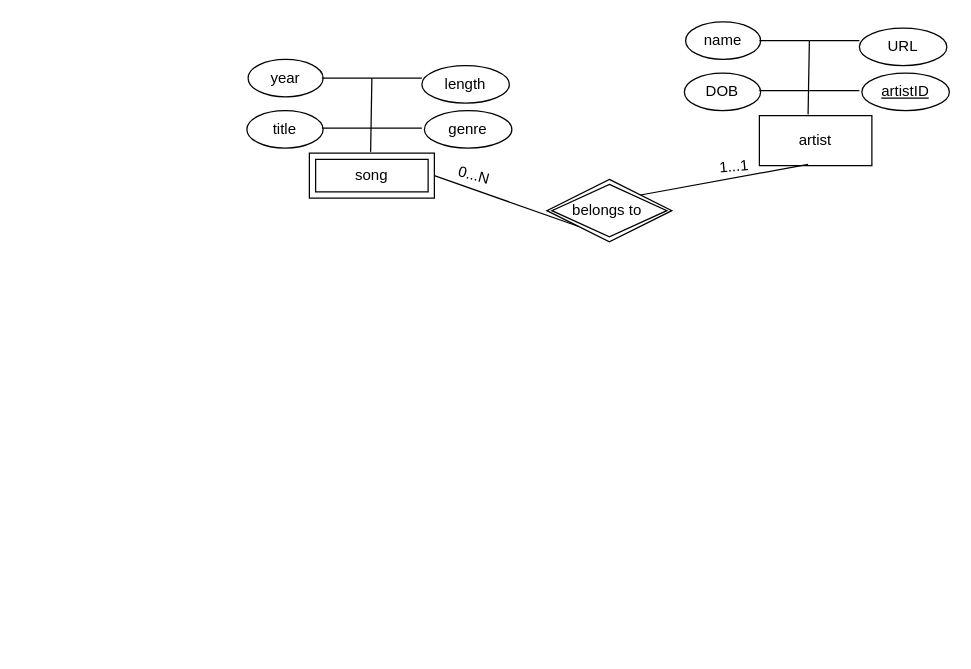
victoriapuck15/ERdiagrams- keeps this draw.io diagram as musicmatic.drawio. Above is the earlier version. Source tidied: cells renumbered, new cells numbered last; positions are measured from the earlier drawing's top-left corner, leaving out a move shared by most shapes. Both pictures are drawn from the tidied source at 125%, with x=0, y=0 at pixel (246, 21).
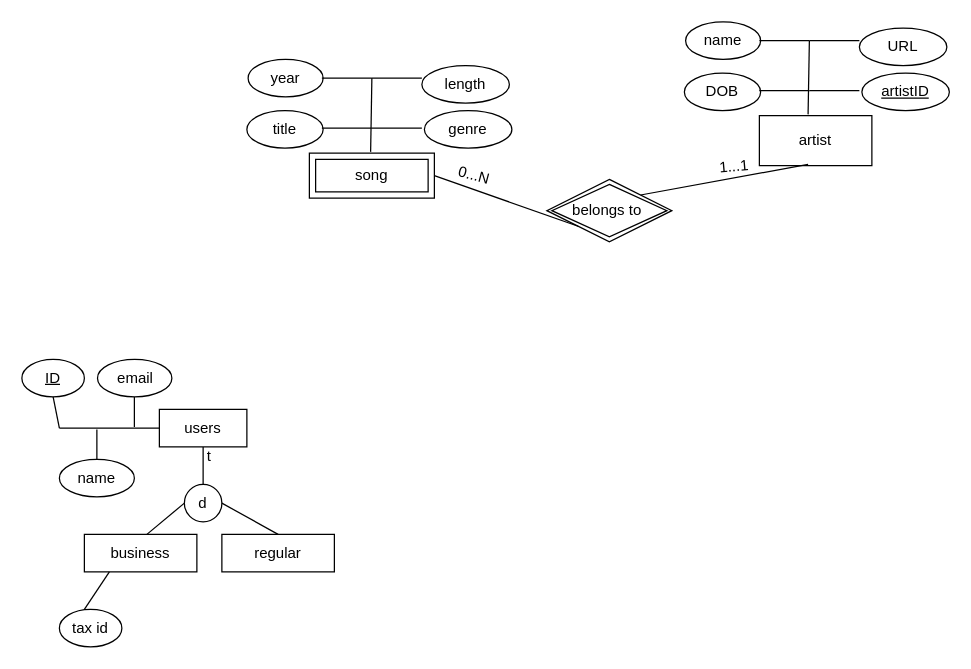
The same diagram, later.

The edit, as a diff of the source:
```diff
@@
+    <mxCell id="27" value="users" style="rounded=0;whiteSpace=wrap;html=1;" parent="1" vertex="1">
+      <mxGeometry x="-70" y="310" width="70" height="30" as="geometry" />
+    </mxCell>
+    <mxCell id="28" style="endArrow=none;html=1;rounded=0;entryX=0.5;entryY=1;entryDx=0;entryDy=0;" parent="1" edge="1" target="27">
+      <mxGeometry relative="1" as="geometry">
+        <mxPoint x="-35" y="370" as="sourcePoint" />
+      </mxGeometry>
+    </mxCell>
+    <mxCell id="29" value="d" style="ellipse;whiteSpace=wrap;html=1;" parent="1" vertex="1">
+      <mxGeometry x="-50" y="370" width="30" height="30" as="geometry" />
+    </mxCell>
+    <mxCell id="30" value="t" style="text;html=1;strokeColor=none;fillColor=none;align=center;verticalAlign=middle;whiteSpace=wrap;rounded=0;" parent="1" vertex="1">
+      <mxGeometry x="-60" y="333" width="60" height="30" as="geometry" />
+    </mxCell>
+    <mxCell id="31" style="endArrow=none;html=1;rounded=0;entryX=0;entryY=0.5;entryDx=0;entryDy=0;" parent="1" edge="1" target="29">
+      <mxGeometry relative="1" as="geometry">
+        <mxPoint x="-80" y="410" as="sourcePoint" />
+      </mxGeometry>
+    </mxCell>
+    <mxCell id="32" style="endArrow=none;html=1;rounded=0;exitX=1;exitY=0.5;exitDx=0;exitDy=0;entryX=0.5;entryY=0;entryDx=0;entryDy=0;" parent="1" edge="1" source="29" target="34">
+      <mxGeometry relative="1" as="geometry" />
+    </mxCell>
+    <mxCell id="33" value="business" style="rounded=0;whiteSpace=wrap;html=1;" parent="1" vertex="1">
+      <mxGeometry x="-130" y="410" width="90" height="30" as="geometry" />
+    </mxCell>
+    <mxCell id="34" value="regular" style="rounded=0;whiteSpace=wrap;html=1;" parent="1" vertex="1">
+      <mxGeometry x="-20" y="410" width="90" height="30" as="geometry" />
+    </mxCell>
+    <mxCell id="35" style="endArrow=none;html=1;rounded=0;entryX=0;entryY=0.5;entryDx=0;entryDy=0;" parent="1" edge="1" target="27">
+      <mxGeometry relative="1" as="geometry">
+        <mxPoint x="-150" y="325" as="sourcePoint" />
+      </mxGeometry>
+    </mxCell>
+    <mxCell id="36" style="endArrow=none;html=1;rounded=0;" parent="1" edge="1">
+      <mxGeometry relative="1" as="geometry">
+        <mxPoint x="-90" y="324" as="sourcePoint" />
+        <mxPoint x="-90" y="294" as="targetPoint" />
+      </mxGeometry>
+    </mxCell>
+    <mxCell id="37" value="&lt;u&gt;ID&lt;/u&gt;" style="ellipse;whiteSpace=wrap;html=1;" parent="1" vertex="1">
+      <mxGeometry x="-180" y="270" width="50" height="30" as="geometry" />
+    </mxCell>
+    <mxCell id="38" value="name" style="ellipse;whiteSpace=wrap;html=1;" parent="1" vertex="1">
+      <mxGeometry x="-150" y="350" width="60" height="30" as="geometry" />
+    </mxCell>
+    <mxCell id="39" value="email" style="ellipse;whiteSpace=wrap;html=1;" parent="1" vertex="1">
+      <mxGeometry x="-119.5" y="270" width="59.5" height="30" as="geometry" />
+    </mxCell>
+    <mxCell id="40" value="tax id" style="ellipse;whiteSpace=wrap;html=1;" parent="1" vertex="1">
+      <mxGeometry x="-150" y="470" width="50" height="30" as="geometry" />
+    </mxCell>
+    <mxCell id="41" style="endArrow=none;html=1;rounded=0;entryX=0.5;entryY=1;entryDx=0;entryDy=0;" parent="1" edge="1" target="37">
+      <mxGeometry relative="1" as="geometry">
+        <mxPoint x="-150" y="325" as="sourcePoint" />
+      </mxGeometry>
+    </mxCell>
+    <mxCell id="42" style="endArrow=none;html=1;rounded=0;exitX=0.5;exitY=0;exitDx=0;exitDy=0;" parent="1" edge="1" source="38">
+      <mxGeometry relative="1" as="geometry">
+        <mxPoint x="-120" y="326" as="targetPoint" />
+      </mxGeometry>
+    </mxCell>
+    <mxCell id="43" style="endArrow=none;html=1;rounded=0;exitX=0.4;exitY=0;exitDx=0;exitDy=0;exitPerimeter=0;" parent="1" edge="1" source="40">
+      <mxGeometry relative="1" as="geometry">
+        <mxPoint x="-110" y="440" as="targetPoint" />
+      </mxGeometry>
+    </mxCell>
```
